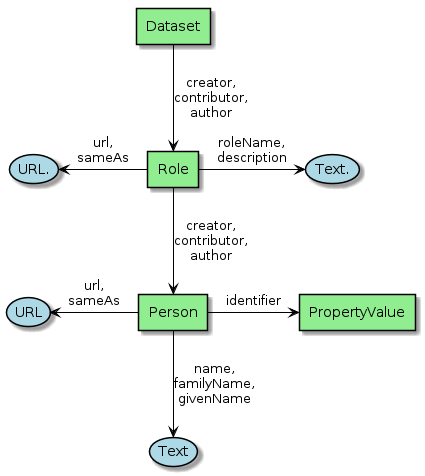
Above: series/diagrams/Role.png in eovoc/eo-on-schema.org (PlantUML), before the change.
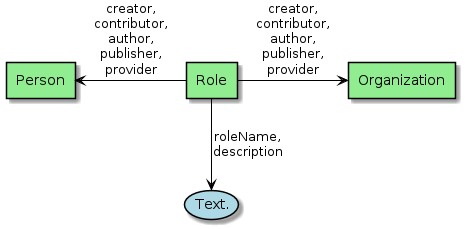
Above is the later version.

Diff of the diagram source:
```diff
@@ -14,20 +14,15 @@
 linetype Ortho
 }
 
-agent Dataset
 agent Role
 agent Person
-agent PropertyValue
+agent Organization
 
 
 
-Dataset -down-> Role : "creator,\ncontributor,\nauthor"
-Role -down-> Person : "creator,\ncontributor,\nauthor"
-Person -right-> PropertyValue : "identifier"
+Role -left-> Person : "creator,\ncontributor,\nauthor,\npublisher,\nprovider"
+Role -right-> Organization : "creator,\ncontributor,\nauthor,\npublisher,\nprovider"
 
-Role -right-> (Text.) : "roleName,\ndescription"
-Role -left-> (URL.) : "url,\nsameAs"
+Role -down-> (Text.) : "roleName,\ndescription"
 
-Person --> (Text) : "name,\nfamilyName,\ngivenName"
-Person -left-> (URL) : "url,\nsameAs"
 @enduml
```
